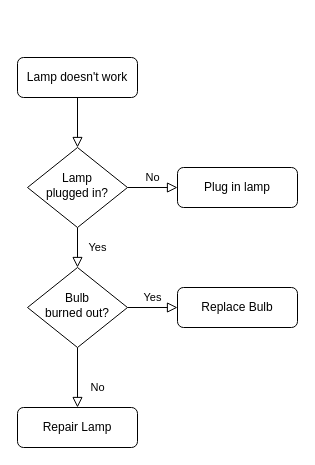
Before: imgs/未命名绘图.drawio in wongjull/blog, a draw.io diagram. Source tidied: cells renumbered, new cells numbered last; positions are measured from the earlier drawing's top-left corner, leaving out a move shared by most shapes. Both pictures are drawn from the tidied source at 100%, with x=0, y=0 at pixel (17, 57).
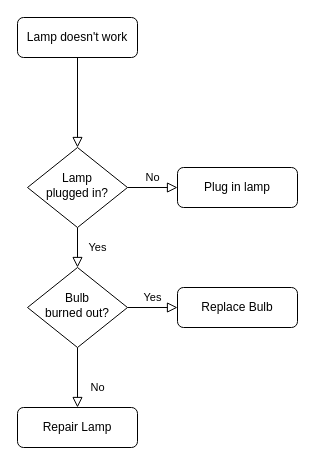
The same page after the edit.

Commit message:
更新未命名绘图.drawio

Diff of the diagram source:
```diff
@@
 <mxGraphModel>
   <root>
     <mxCell id="0" />
     <mxCell id="1" parent="0" />
     <mxCell id="2" style="rounded=0;html=1;jettySize=auto;fontSize=11;endArrow=block;endFill=0;endSize=8;strokeWidth=1;shadow=0;labelBackgroundColor=none;edgeStyle=orthogonalEdgeStyle;" parent="1" edge="1" source="3" target="6">
       <mxGeometry relative="1" as="geometry" />
     </mxCell>
-    <mxCell id="3" value="Lamp doesn't work" style="rounded=1;whiteSpace=wrap;html=1;fontSize=12;glass=0;strokeWidth=1;shadow=0;" parent="1" vertex="1">
-      <mxGeometry width="120" height="40" as="geometry" />
+    <mxCell id="3" value="Lamp doesn't work" style="rounded=1;whiteSpace=wrap;html=1;fontSize=12;glass=0;strokeWidth=1;shadow=0;direction=west;" parent="1" vertex="1">
+      <mxGeometry y="-40" width="120" height="40" as="geometry" />
     </mxCell>
     <mxCell id="4" value="Yes" style="rounded=0;html=1;jettySize=auto;fontSize=11;endArrow=block;endFill=0;endSize=8;strokeWidth=1;shadow=0;labelBackgroundColor=none;edgeStyle=orthogonalEdgeStyle;" parent="1" edge="1" source="6" target="10">
       <mxGeometry y="20" relative="1" as="geometry" />
     </mxCell>
     <mxCell id="5" value="No" style="edgeStyle=orthogonalEdgeStyle;rounded=0;html=1;jettySize=auto;fontSize=11;endArrow=block;endFill=0;endSize=8;strokeWidth=1;shadow=0;labelBackgroundColor=none;" parent="1" edge="1" source="6" target="7">
       <mxGeometry y="10" relative="1" as="geometry" />
     </mxCell>
     <mxCell id="6" value="Lamp&lt;br&gt;plugged in?" style="rhombus;whiteSpace=wrap;html=1;shadow=0;fontFamily=Helvetica;fontSize=12;align=center;strokeWidth=1;spacing=6;spacingTop=-4;" parent="1" vertex="1">
       <mxGeometry x="10" y="90" width="100" height="80" as="geometry" />
     </mxCell>
     <mxCell id="7" value="Plug in lamp" style="rounded=1;whiteSpace=wrap;html=1;fontSize=12;glass=0;strokeWidth=1;shadow=0;" parent="1" vertex="1">
       <mxGeometry x="160" y="110" width="120" height="40" as="geometry" />
     </mxCell>
     <mxCell id="8" value="No" style="rounded=0;html=1;jettySize=auto;fontSize=11;endArrow=block;endFill=0;endSize=8;strokeWidth=1;shadow=0;labelBackgroundColor=none;edgeStyle=orthogonalEdgeStyle;" parent="1" edge="1" source="10" target="11">
       <mxGeometry x="0.33" y="20" relative="1" as="geometry" />
     </mxCell>
     <mxCell id="9" value="Yes" style="edgeStyle=orthogonalEdgeStyle;rounded=0;html=1;jettySize=auto;fontSize=11;endArrow=block;endFill=0;endSize=8;strokeWidth=1;shadow=0;labelBackgroundColor=none;" parent="1" edge="1" source="10" target="12">
       <mxGeometry y="10" relative="1" as="geometry" />
     </mxCell>
     <mxCell id="10" value="Bulb&lt;br&gt;burned out?" style="rhombus;whiteSpace=wrap;html=1;shadow=0;fontFamily=Helvetica;fontSize=12;align=center;strokeWidth=1;spacing=6;spacingTop=-4;" parent="1" vertex="1">
       <mxGeometry x="10" y="210" width="100" height="80" as="geometry" />
     </mxCell>
     <mxCell id="11" value="Repair Lamp" style="rounded=1;whiteSpace=wrap;html=1;fontSize=12;glass=0;strokeWidth=1;shadow=0;" parent="1" vertex="1">
       <mxGeometry y="350" width="120" height="40" as="geometry" />
     </mxCell>
     <mxCell id="12" value="Replace Bulb" style="rounded=1;whiteSpace=wrap;html=1;fontSize=12;glass=0;strokeWidth=1;shadow=0;" parent="1" vertex="1">
       <mxGeometry x="160" y="230" width="120" height="40" as="geometry" />
     </mxCell>
   </root>
 </mxGraphModel>
```
